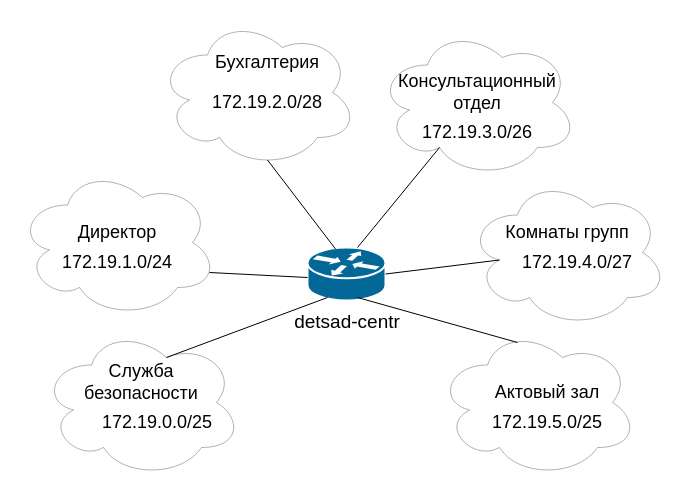
Earlier version of the draw.io diagram Схема доступа L3.drawio (dibovdmitry/Project). Source tidied: cells renumbered, new cells numbered last; positions are measured from the earlier drawing's top-left corner, leaving out a move shared by most shapes. Both pictures are drawn from the tidied source at 100%, with x=0, y=0 at pixel (17, 17).
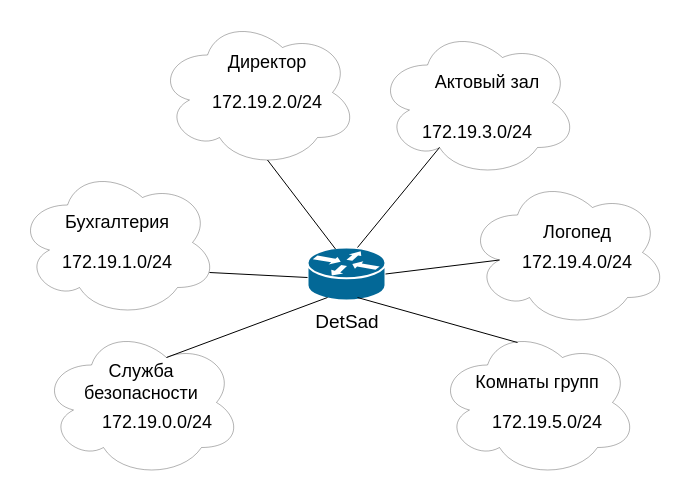
The same diagram, later.

The edit, as a diff of the source:
```diff
@@
     <mxCell id="15" value="&lt;font style=&quot;font-size: 18px;&quot;&gt;Актовый зал&lt;/font&gt;" style="text;html=1;strokeColor=none;fillColor=none;align=center;verticalAlign=middle;whiteSpace=wrap;rounded=0;" parent="1" vertex="1">
-      <mxGeometry x="470" y="360" width="120" height="30" as="geometry" />
+      <mxGeometry x="410" y="50" width="120" height="30" as="geometry" />
     </mxCell>
@@
     <mxCell id="17" value="&lt;font style=&quot;font-size: 18px;&quot;&gt;Бухгалтерия&lt;/font&gt;" style="text;html=1;strokeColor=none;fillColor=none;align=center;verticalAlign=middle;whiteSpace=wrap;rounded=0;" parent="1" vertex="1">
-      <mxGeometry x="220" y="30" width="60" height="30" as="geometry" />
+      <mxGeometry x="70" y="190" width="60" height="30" as="geometry" />
     </mxCell>
     <mxCell id="18" value="&lt;span style=&quot;font-size: 18px;&quot;&gt;Директор&lt;/span&gt;" style="text;html=1;strokeColor=none;fillColor=none;align=center;verticalAlign=middle;whiteSpace=wrap;rounded=0;" parent="1" vertex="1">
-      <mxGeometry x="70" y="200" width="60" height="30" as="geometry" />
+      <mxGeometry x="220" y="30" width="60" height="30" as="geometry" />
     </mxCell>
     <mxCell id="19" value="&lt;font style=&quot;font-size: 18px;&quot;&gt;Комнаты групп&lt;/font&gt;" style="text;html=1;strokeColor=none;fillColor=none;align=center;verticalAlign=middle;whiteSpace=wrap;rounded=0;" parent="1" vertex="1">
-      <mxGeometry x="485" y="200" width="130" height="30" as="geometry" />
+      <mxGeometry x="455" y="350" width="130" height="30" as="geometry" />
     </mxCell>
-    <mxCell id="20" value="&lt;font style=&quot;font-size: 18px;&quot;&gt;Консультационный отдел&lt;/font&gt;" style="text;html=1;strokeColor=none;fillColor=none;align=center;verticalAlign=middle;whiteSpace=wrap;rounded=0;" parent="1" vertex="1">
-      <mxGeometry x="375" y="60" width="170" height="30" as="geometry" />
+    <mxCell id="20" value="&lt;span style=&quot;font-size: 18px;&quot;&gt;Логопед&lt;/span&gt;" style="text;html=1;strokeColor=none;fillColor=none;align=center;verticalAlign=middle;whiteSpace=wrap;rounded=0;" parent="1" vertex="1">
+      <mxGeometry x="475" y="200" width="170" height="30" as="geometry" />
     </mxCell>
-    <mxCell id="21" value="&lt;font style=&quot;font-size: 18px;&quot;&gt;172.19.0.0/25&lt;/font&gt;" style="text;html=1;strokeColor=none;fillColor=none;align=center;verticalAlign=middle;whiteSpace=wrap;rounded=0;" parent="1" vertex="1">
+    <mxCell id="21" value="&lt;font style=&quot;font-size: 18px;&quot;&gt;172.19.0.0/24&lt;/font&gt;" style="text;html=1;strokeColor=none;fillColor=none;align=center;verticalAlign=middle;whiteSpace=wrap;rounded=0;" parent="1" vertex="1">
       <mxGeometry x="110" y="390" width="60" height="30" as="geometry" />
     </mxCell>
@@
-    <mxCell id="23" value="172.19.2.0/28" style="text;html=1;strokeColor=none;fillColor=none;align=center;verticalAlign=middle;whiteSpace=wrap;rounded=0;fontSize=18;" parent="1" vertex="1">
+    <mxCell id="23" value="172.19.2.0/24" style="text;html=1;strokeColor=none;fillColor=none;align=center;verticalAlign=middle;whiteSpace=wrap;rounded=0;fontSize=18;" parent="1" vertex="1">
       <mxGeometry x="190" y="70" width="120" height="30" as="geometry" />
     </mxCell>
-    <mxCell id="24" value="172.19.3.0/26" style="text;html=1;strokeColor=none;fillColor=none;align=center;verticalAlign=middle;whiteSpace=wrap;rounded=0;fontSize=18;" parent="1" vertex="1">
+    <mxCell id="24" value="172.19.3.0/24" style="text;html=1;strokeColor=none;fillColor=none;align=center;verticalAlign=middle;whiteSpace=wrap;rounded=0;fontSize=18;" parent="1" vertex="1">
       <mxGeometry x="430" y="100" width="60" height="30" as="geometry" />
     </mxCell>
-    <mxCell id="25" value="172.19.4.0/27" style="text;html=1;strokeColor=none;fillColor=none;align=center;verticalAlign=middle;whiteSpace=wrap;rounded=0;fontSize=18;" parent="1" vertex="1">
+    <mxCell id="25" value="172.19.4.0/24" style="text;html=1;strokeColor=none;fillColor=none;align=center;verticalAlign=middle;whiteSpace=wrap;rounded=0;fontSize=18;" parent="1" vertex="1">
       <mxGeometry x="530" y="230" width="60" height="30" as="geometry" />
     </mxCell>
-    <mxCell id="26" value="172.19.5.0/25" style="text;html=1;strokeColor=none;fillColor=none;align=center;verticalAlign=middle;whiteSpace=wrap;rounded=0;fontSize=18;" parent="1" vertex="1">
+    <mxCell id="26" value="172.19.5.0/24" style="text;html=1;strokeColor=none;fillColor=none;align=center;verticalAlign=middle;whiteSpace=wrap;rounded=0;fontSize=18;" parent="1" vertex="1">
       <mxGeometry x="500" y="390" width="60" height="30" as="geometry" />
     </mxCell>
-    <mxCell id="27" value="detsad-centr" style="text;html=1;strokeColor=none;fillColor=none;align=center;verticalAlign=middle;whiteSpace=wrap;rounded=0;fontSize=19;" parent="1" vertex="1">
+    <mxCell id="27" value="DetSad" style="text;html=1;strokeColor=none;fillColor=none;align=center;verticalAlign=middle;whiteSpace=wrap;rounded=0;fontSize=19;" parent="1" vertex="1">
       <mxGeometry x="270" y="290" width="120" height="30" as="geometry" />
     </mxCell>
```
